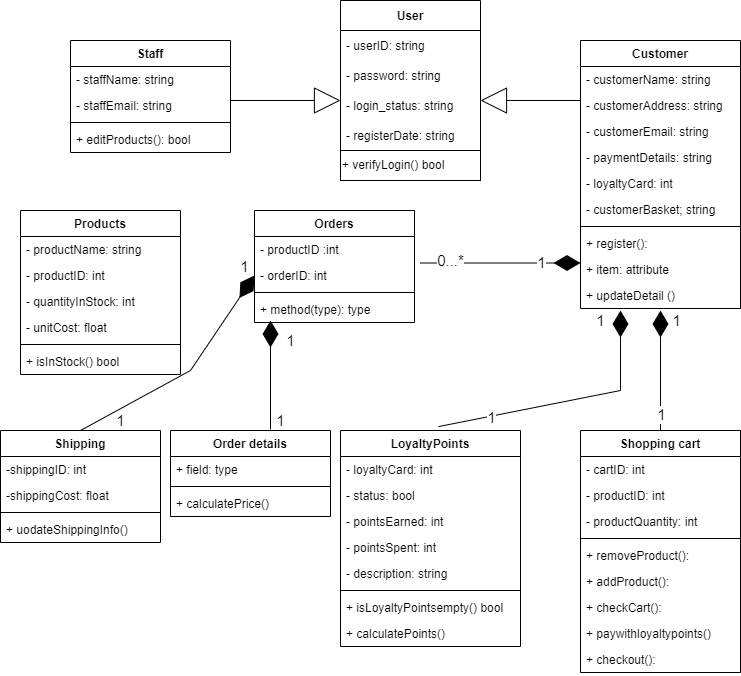
Above: online_supermarket.drawio.png in Richard-A-llen/Python (draw.io), before the change. Source tidied: cells renumbered, new cells last; positions are measured from the earlier drawing's top-left corner, leaving out a move shared by most shapes.
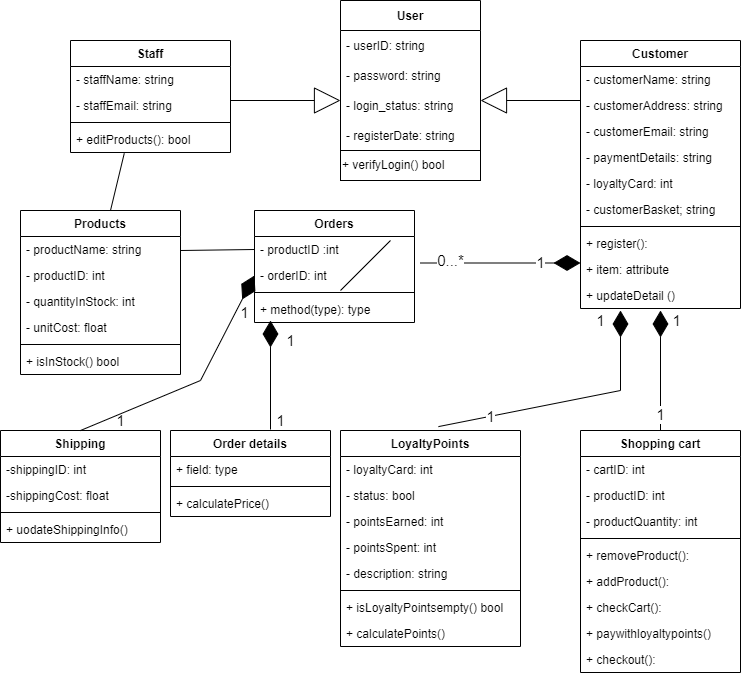
Above is the later version.

Change to the diagram source:
```diff
@@ -255,7 +255,7 @@
       <mxGeometry relative="1" as="geometry">
         <mxPoint x="80" y="430" as="sourcePoint" />
         <Array as="points">
-          <mxPoint x="190" y="370" />
+          <mxPoint x="200" y="380" />
         </Array>
       </mxGeometry>
     </mxCell>
@@ -263,7 +263,23 @@
       <mxGeometry x="110" y="410" width="20" height="20" as="geometry" />
     </mxCell>
     <mxCell id="80" value="1" style="text;html=1;align=center;verticalAlign=middle;strokeColor=none;fillColor=none;fontSize=15;" parent="1" vertex="1">
-      <mxGeometry x="234" y="256" width="20" height="20" as="geometry" />
+      <mxGeometry x="234" y="302" width="20" height="20" as="geometry" />
     </mxCell>
+    <mxCell id="81" style="endArrow=none;html=1;rounded=0;entryX=0.336;entryY=1.033;entryDx=0;entryDy=0;entryPerimeter=0;" parent="1" edge="1" target="12">
+      <mxGeometry relative="1" as="geometry">
+        <mxPoint x="110" y="210" as="sourcePoint" />
+      </mxGeometry>
+    </mxCell>
+    <mxCell id="82" style="endArrow=none;html=1;rounded=0;" parent="1" edge="1">
+      <mxGeometry relative="1" as="geometry">
+        <mxPoint x="340" y="290" as="sourcePoint" />
+        <mxPoint x="390" y="240" as="targetPoint" />
+      </mxGeometry>
+    </mxCell>
+    <mxCell id="83" style="endArrow=none;html=1;rounded=0;entryX=0;entryY=0.5;entryDx=0;entryDy=0;" parent="1" edge="1" target="48">
+      <mxGeometry relative="1" as="geometry">
+        <mxPoint x="180" y="250" as="sourcePoint" />
+      </mxGeometry>
+    </mxCell>
   </root>
 </mxGraphModel>
```
